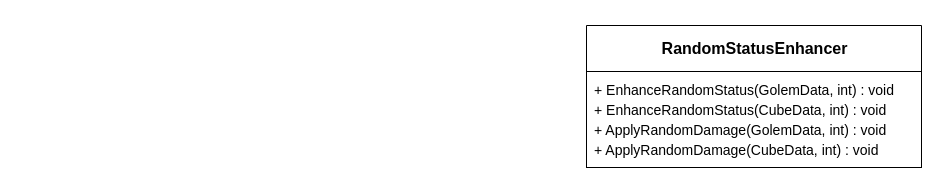
Before: Docs/Architecture/Diagrams/Game/Status.drawio in THISISJUSTICE/CubicLand, a draw.io diagram. Source tidied: cells renumbered, new cells numbered last; positions are measured from the earlier drawing's top-left corner, leaving out a move shared by most shapes. Both pictures are drawn from the tidied source at 100%, with x=0, y=0 at pixel (586, 25).
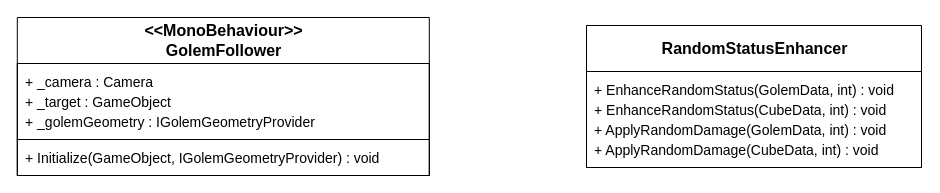
Above is the later version.

Diff of the diagram source:
```diff
@@
 <mxGraphModel>
   <root>
     <mxCell id="0" />
     <mxCell id="1" parent="0" />
     <mxCell id="2" value="&lt;h4 style=&quot;margin:0&quot;&gt;RandomStatusEnhancer&lt;/h4&gt;" style="swimlane;fontSize=16;fontStyle=1;align=center;verticalAlign=middle;horizontal=1;startSize=46;html=1;fillColor=none;swimlaneFillColor=none;strokeColor=#000000;" parent="1" vertex="1">
       <mxGeometry width="335" height="142" as="geometry" />
     </mxCell>
+    <mxCell id="4" value="&lt;div&gt;&amp;lt;&amp;lt;MonoBehaviour&amp;gt;&amp;gt;&lt;/div&gt;&lt;h4 style=&quot;margin:0&quot;&gt;GolemFollower&lt;/h4&gt;" style="swimlane;fontSize=16;fontStyle=1;align=center;verticalAlign=middle;horizontal=1;startSize=46;html=1;fillColor=none;swimlaneFillColor=none;strokeColor=#000000;" parent="1" vertex="1">
+      <mxGeometry x="-569.2" y="-8" width="412" height="158" as="geometry" />
+    </mxCell>
+    <mxCell id="5" value="&lt;div style=&quot;height:20px;line-height:20px;margin:0;padding:0;white-space:nowrap&quot;&gt;+ _camera : Camera&lt;/div&gt;&lt;div style=&quot;height:20px;line-height:20px;margin:0;padding:0;white-space:nowrap&quot;&gt;+ _target : GameObject&lt;/div&gt;&lt;div style=&quot;height:20px;line-height:20px;margin:0;padding:0;white-space:nowrap&quot;&gt;+ _golemGeometry : IGolemGeometryProvider&lt;/div&gt;" style="text;fontSize=14;strokeColor=#000000;fillColor=none;align=left;verticalAlign=middle;spacingTop=4;spacingBottom=4;spacingLeft=6;spacingRight=6;whiteSpace=wrap;overflow=hidden;html=1;" parent="4" vertex="1">
+      <mxGeometry y="46" width="412" height="76" as="geometry" />
+    </mxCell>
+    <mxCell id="6" value="&lt;div style=&quot;height:20px;line-height:20px;margin:0;padding:0;white-space:nowrap&quot;&gt;+ Initialize(GameObject, IGolemGeometryProvider) : void&lt;/div&gt;" style="text;fontSize=14;strokeColor=#000000;fillColor=none;align=left;verticalAlign=middle;spacingTop=4;spacingBottom=4;spacingLeft=6;spacingRight=6;whiteSpace=wrap;overflow=hidden;html=1;" parent="4" vertex="1">
+      <mxGeometry y="122" width="412" height="36" as="geometry" />
+    </mxCell>
     <mxCell id="3" value="&lt;div style=&quot;height:20px;line-height:20px;margin:0;padding:0;white-space:nowrap&quot;&gt;+ EnhanceRandomStatus(GolemData, int) : void&lt;/div&gt;&lt;div style=&quot;height:20px;line-height:20px;margin:0;padding:0;white-space:nowrap&quot;&gt;+ EnhanceRandomStatus(CubeData, int) : void&lt;/div&gt;&lt;div style=&quot;height:20px;line-height:20px;margin:0;padding:0;white-space:nowrap&quot;&gt;+ ApplyRandomDamage(GolemData, int) : void&lt;/div&gt;&lt;div style=&quot;height:20px;line-height:20px;margin:0;padding:0;white-space:nowrap&quot;&gt;+ ApplyRandomDamage(CubeData, int) : void&lt;/div&gt;" style="text;fontSize=14;strokeColor=#000000;fillColor=none;align=left;verticalAlign=middle;spacingTop=4;spacingBottom=4;spacingLeft=6;spacingRight=6;whiteSpace=wrap;overflow=hidden;html=1;" parent="2" vertex="1">
       <mxGeometry y="46" width="335" height="96" as="geometry" />
     </mxCell>
   </root>
 </mxGraphModel>
```
